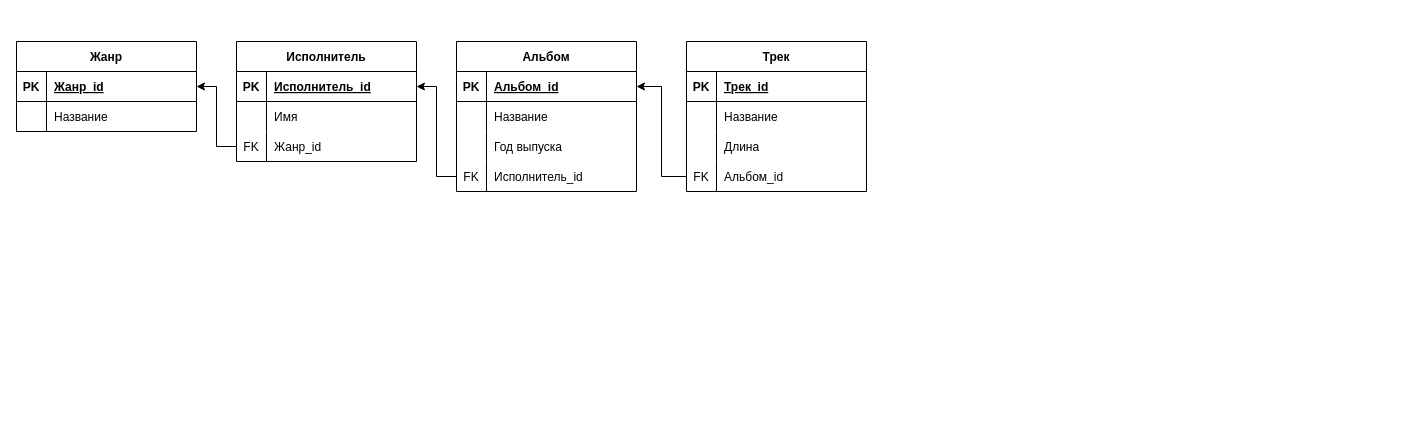
The draw.io diagram Диаграмма без названия.drawio in gooder08/diagrams, before the edit. Source tidied: cells renumbered, new cells numbered last; positions are measured from the earlier drawing's top-left corner, leaving out a move shared by most shapes. Both pictures are drawn from the tidied source at 100%, with x=0, y=0 at pixel (16, 41).
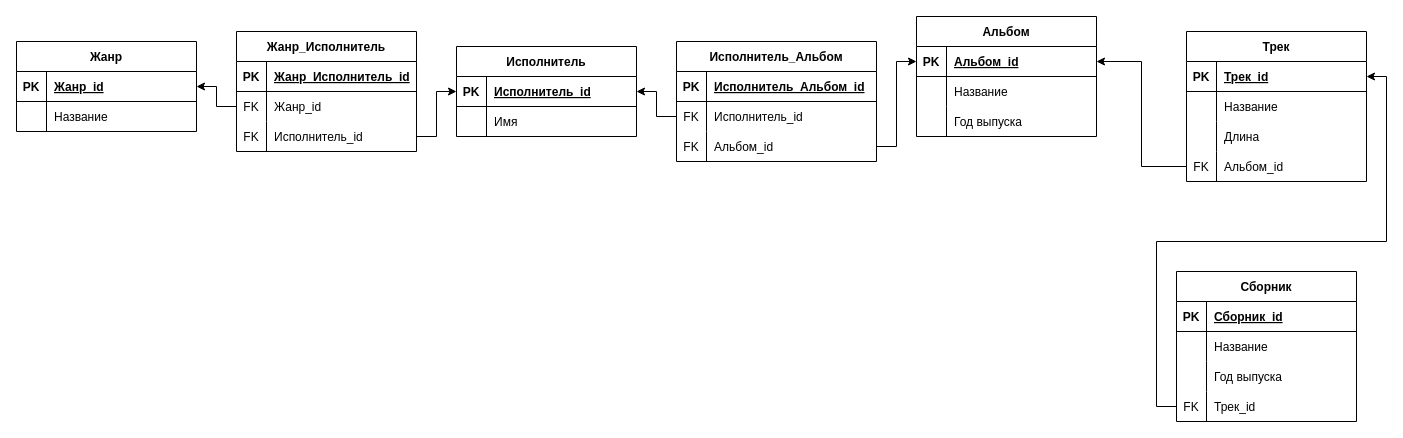
The same diagram, later.

Unchanged cells that the change refers to:
```xml
<mxCell id="3" style="shape=tableRow;horizontal=0;startSize=0;swimlaneHead=0;swimlaneBody=0;fillColor=none;points=[[0,0.5],[1,0.5]];portConstraint=eastwest;top=0;left=0;right=0;bottom=1;" parent="2" vertex="1">
  <mxGeometry y="30" width="180" height="30" as="geometry" />
</mxCell>
<mxCell id="10" style="shape=tableRow;horizontal=0;startSize=0;swimlaneHead=0;swimlaneBody=0;fillColor=none;points=[[0,0.5],[1,0.5]];portConstraint=eastwest;top=0;left=0;right=0;bottom=1;" parent="9" vertex="1">
  <mxGeometry y="30" width="180" height="30" as="geometry" />
</mxCell>
<mxCell id="20" style="shape=tableRow;horizontal=0;startSize=0;swimlaneHead=0;swimlaneBody=0;fillColor=none;points=[[0,0.5],[1,0.5]];portConstraint=eastwest;top=0;left=0;right=0;bottom=1;" parent="19" vertex="1">
  <mxGeometry y="30" width="180" height="30" as="geometry" />
</mxCell>
<mxCell id="33" style="shape=tableRow;horizontal=0;startSize=0;swimlaneHead=0;swimlaneBody=0;fillColor=none;points=[[0,0.5],[1,0.5]];portConstraint=eastwest;top=0;left=0;right=0;bottom=1;" parent="32" vertex="1">
  <mxGeometry y="30" width="180" height="30" as="geometry" />
</mxCell>
```

What changed in the source:
```diff
@@
     <mxCell id="9" value="Исполнитель" style="shape=table;startSize=30;childLayout=tableLayout;rowLines=0;fontStyle=1;align=center;" parent="1" vertex="1">
-      <mxGeometry x="220" width="180" height="120" as="geometry" />
+      <mxGeometry x="440" y="5" width="180" height="90" as="geometry" />
     </mxCell>
@@
-    <mxCell id="16" style="shape=tableRow;horizontal=0;startSize=0;swimlaneHead=0;swimlaneBody=0;fillColor=none;points=[[0,0.5],[1,0.5]];portConstraint=eastwest;top=0;left=0;right=0;bottom=0;" parent="9" vertex="1">
-      <mxGeometry y="90" width="180" height="30" as="geometry" />
-    </mxCell>
-    <mxCell id="17" value="FK" style="shape=partialRectangle;fillColor=none;top=0;left=0;bottom=0;right=0;overflow=hidden;" parent="16" vertex="1">
-      <mxGeometry width="30" height="30" as="geometry" />
-    </mxCell>
-    <mxCell id="18" value="Жанр_id" style="shape=partialRectangle;fillColor=none;top=0;left=0;bottom=0;right=0;align=left;spacingLeft=6;overflow=hidden;" parent="16" vertex="1">
-      <mxGeometry x="30" width="150" height="30" as="geometry" />
-    </mxCell>
     <mxCell id="19" value="Альбом" style="shape=table;startSize=30;childLayout=tableLayout;rowLines=0;fontStyle=1;align=center;" parent="1" vertex="1">
-      <mxGeometry x="440" width="180" height="150" as="geometry" />
+      <mxGeometry x="900" y="-25" width="180" height="120" as="geometry" />
     </mxCell>
@@
-    <mxCell id="29" style="shape=tableRow;horizontal=0;startSize=0;swimlaneHead=0;swimlaneBody=0;fillColor=none;points=[[0,0.5],[1,0.5]];portConstraint=eastwest;top=0;left=0;right=0;bottom=0;" parent="19" vertex="1">
-      <mxGeometry y="120" width="180" height="30" as="geometry" />
-    </mxCell>
-    <mxCell id="30" value="FK" style="shape=partialRectangle;fillColor=none;top=0;left=0;bottom=0;right=0;overflow=hidden;" parent="29" vertex="1">
-      <mxGeometry width="30" height="30" as="geometry" />
-    </mxCell>
-    <mxCell id="31" value="Исполнитель_id" style="shape=partialRectangle;fillColor=none;top=0;left=0;bottom=0;right=0;align=left;spacingLeft=6;overflow=hidden;" parent="29" vertex="1">
-      <mxGeometry x="30" width="150" height="30" as="geometry" />
-    </mxCell>
     <mxCell id="32" value="Трек" style="shape=table;startSize=30;childLayout=tableLayout;rowLines=0;fontStyle=1;align=center;" parent="1" vertex="1">
-      <mxGeometry x="670" width="180" height="150" as="geometry" />
+      <mxGeometry x="1170" y="-10" width="180" height="150" as="geometry" />
     </mxCell>
@@
-    <mxCell id="46" style="edgeStyle=orthogonalEdgeStyle;rounded=0;jettySize=auto;html=1;exitX=0;exitY=0.5;exitDx=0;exitDy=0;" parent="1" edge="1" source="29" target="10">
-      <mxGeometry relative="1" as="geometry" />
-    </mxCell>
-    <mxCell id="47" style="edgeStyle=orthogonalEdgeStyle;rounded=0;jettySize=auto;html=1;exitX=0;exitY=0.5;exitDx=0;exitDy=0;entryX=1;entryY=0.5;entryDx=0;entryDy=0;" parent="1" edge="1" source="16" target="3">
-      <mxGeometry relative="1" as="geometry" />
-    </mxCell>
+    <mxCell id="48" value="Жанр_Исполнитель" style="shape=table;startSize=30;childLayout=tableLayout;rowLines=0;fontStyle=1;align=center;" parent="1" vertex="1">
+      <mxGeometry x="220" y="-10" width="180" height="120" as="geometry" />
+    </mxCell>
+    <mxCell id="49" style="shape=tableRow;horizontal=0;startSize=0;swimlaneHead=0;swimlaneBody=0;fillColor=none;top=0;left=0;right=0;bottom=1;" parent="48" vertex="1">
+      <mxGeometry y="30" width="180" height="30" as="geometry" />
+    </mxCell>
+    <mxCell id="50" value="PK" style="shape=partialRectangle;fillColor=none;top=0;left=0;bottom=0;right=0;fontStyle=1;overflow=hidden;" parent="49" vertex="1">
+      <mxGeometry width="30" height="30" as="geometry" />
+    </mxCell>
+    <mxCell id="51" value="Жанр_Исполнитель_id" style="shape=partialRectangle;fillColor=none;top=0;left=0;bottom=0;right=0;align=left;spacingLeft=6;fontStyle=5;overflow=hidden;" parent="49" vertex="1">
+      <mxGeometry x="30" width="150" height="30" as="geometry" />
+    </mxCell>
+    <mxCell id="52" style="shape=tableRow;horizontal=0;startSize=0;swimlaneHead=0;swimlaneBody=0;fillColor=none;points=[[0,0.5],[1,0.5]];portConstraint=eastwest;top=0;left=0;right=0;bottom=0;" parent="48" vertex="1">
+      <mxGeometry y="60" width="180" height="30" as="geometry" />
+    </mxCell>
+    <mxCell id="53" value="FK" style="shape=partialRectangle;fillColor=none;top=0;left=0;bottom=0;right=0;overflow=hidden;" parent="52" vertex="1">
+      <mxGeometry width="30" height="30" as="geometry" />
+    </mxCell>
+    <mxCell id="18" value="Жанр_id" style="shape=partialRectangle;fillColor=none;top=0;left=0;bottom=0;right=0;align=left;spacingLeft=6;overflow=hidden;" parent="52" vertex="1">
+      <mxGeometry x="30" width="150" height="30" as="geometry" />
+    </mxCell>
+    <mxCell id="54" style="shape=tableRow;horizontal=0;startSize=0;swimlaneHead=0;swimlaneBody=0;fillColor=none;points=[[0,0.5],[1,0.5]];portConstraint=eastwest;top=0;left=0;right=0;bottom=0;" parent="48" vertex="1">
+      <mxGeometry y="90" width="180" height="30" as="geometry" />
+    </mxCell>
+    <mxCell id="55" value="FK" style="shape=partialRectangle;fillColor=none;top=0;left=0;bottom=0;right=0;overflow=hidden;" parent="54" vertex="1">
+      <mxGeometry width="30" height="30" as="geometry" />
+    </mxCell>
+    <mxCell id="31" value="Исполнитель_id" style="shape=partialRectangle;fillColor=none;top=0;left=0;bottom=0;right=0;align=left;spacingLeft=6;overflow=hidden;" parent="54" vertex="1">
+      <mxGeometry x="30" width="150" height="30" as="geometry" />
+    </mxCell>
+    <mxCell id="56" style="edgeStyle=orthogonalEdgeStyle;rounded=0;jettySize=auto;html=1;exitX=0;exitY=0.5;exitDx=0;exitDy=0;entryX=1;entryY=0.5;entryDx=0;entryDy=0;" parent="1" edge="1" source="52" target="3">
+      <mxGeometry relative="1" as="geometry" />
+    </mxCell>
+    <mxCell id="57" style="edgeStyle=orthogonalEdgeStyle;rounded=0;jettySize=auto;html=1;exitX=1;exitY=0.5;exitDx=0;exitDy=0;entryX=0;entryY=0.5;entryDx=0;entryDy=0;" parent="1" edge="1" source="54" target="10">
+      <mxGeometry relative="1" as="geometry" />
+    </mxCell>
+    <mxCell id="58" value="Исполнитель_Альбом" style="shape=table;startSize=30;childLayout=tableLayout;rowLines=0;fontStyle=1;align=center;" parent="1" vertex="1">
+      <mxGeometry x="660" width="200" height="120" as="geometry" />
+    </mxCell>
+    <mxCell id="59" style="shape=tableRow;horizontal=0;startSize=0;swimlaneHead=0;swimlaneBody=0;fillColor=none;top=0;left=0;right=0;bottom=1;" parent="58" vertex="1">
+      <mxGeometry y="30" width="200" height="30" as="geometry" />
+    </mxCell>
+    <mxCell id="60" value="PK" style="shape=partialRectangle;fillColor=none;top=0;left=0;bottom=0;right=0;fontStyle=1;overflow=hidden;" parent="59" vertex="1">
+      <mxGeometry width="30" height="30" as="geometry" />
+    </mxCell>
+    <mxCell id="61" value="Исполнитель_Альбом_id" style="shape=partialRectangle;fillColor=none;top=0;left=0;bottom=0;right=0;align=left;spacingLeft=6;fontStyle=5;overflow=hidden;" parent="59" vertex="1">
+      <mxGeometry x="30" width="170" height="30" as="geometry" />
+    </mxCell>
+    <mxCell id="62" style="shape=tableRow;horizontal=0;startSize=0;swimlaneHead=0;swimlaneBody=0;fillColor=none;points=[[0,0.5],[1,0.5]];portConstraint=eastwest;top=0;left=0;right=0;bottom=0;" parent="58" vertex="1">
+      <mxGeometry y="60" width="200" height="30" as="geometry" />
+    </mxCell>
+    <mxCell id="63" value="FK" style="shape=partialRectangle;fillColor=none;top=0;left=0;bottom=0;right=0;overflow=hidden;" parent="62" vertex="1">
+      <mxGeometry width="30" height="30" as="geometry" />
+    </mxCell>
+    <mxCell id="64" value="Исполнитель_id" style="shape=partialRectangle;fillColor=none;top=0;left=0;bottom=0;right=0;align=left;spacingLeft=6;overflow=hidden;" parent="62" vertex="1">
+      <mxGeometry x="30" width="170" height="30" as="geometry" />
+    </mxCell>
+    <mxCell id="65" style="shape=tableRow;horizontal=0;startSize=0;swimlaneHead=0;swimlaneBody=0;fillColor=none;points=[[0,0.5],[1,0.5]];portConstraint=eastwest;top=0;left=0;right=0;bottom=0;" parent="58" vertex="1">
+      <mxGeometry y="90" width="200" height="30" as="geometry" />
+    </mxCell>
+    <mxCell id="66" value="FK" style="shape=partialRectangle;fillColor=none;top=0;left=0;bottom=0;right=0;overflow=hidden;" parent="65" vertex="1">
+      <mxGeometry width="30" height="30" as="geometry" />
+    </mxCell>
+    <mxCell id="67" value="Альбом_id" style="shape=partialRectangle;fillColor=none;top=0;left=0;bottom=0;right=0;align=left;spacingLeft=6;overflow=hidden;" parent="65" vertex="1">
+      <mxGeometry x="30" width="170" height="30" as="geometry" />
+    </mxCell>
+    <mxCell id="68" style="edgeStyle=orthogonalEdgeStyle;rounded=0;jettySize=auto;html=1;exitX=0;exitY=0.5;exitDx=0;exitDy=0;entryX=1;entryY=0.5;entryDx=0;entryDy=0;" parent="1" edge="1" source="62" target="10">
+      <mxGeometry relative="1" as="geometry" />
+    </mxCell>
+    <mxCell id="69" style="edgeStyle=orthogonalEdgeStyle;rounded=0;jettySize=auto;html=1;exitX=1;exitY=0.5;exitDx=0;exitDy=0;entryX=0;entryY=0.5;entryDx=0;entryDy=0;" parent="1" edge="1" source="65" target="20">
+      <mxGeometry relative="1" as="geometry" />
+    </mxCell>
+    <mxCell id="70" value="Сборник" style="shape=table;startSize=30;childLayout=tableLayout;rowLines=0;fontStyle=1;align=center;" parent="1" vertex="1">
+      <mxGeometry x="1160" y="230" width="180" height="150" as="geometry" />
+    </mxCell>
+    <mxCell id="71" style="shape=tableRow;horizontal=0;startSize=0;swimlaneHead=0;swimlaneBody=0;fillColor=none;top=0;left=0;right=0;bottom=1;" parent="70" vertex="1">
+      <mxGeometry y="30" width="180" height="30" as="geometry" />
+    </mxCell>
+    <mxCell id="72" value="PK" style="shape=partialRectangle;fillColor=none;top=0;left=0;bottom=0;right=0;fontStyle=1;overflow=hidden;" parent="71" vertex="1">
+      <mxGeometry width="30" height="30" as="geometry" />
+    </mxCell>
+    <mxCell id="73" value="Сборник_id" style="shape=partialRectangle;fillColor=none;top=0;left=0;bottom=0;right=0;align=left;spacingLeft=6;fontStyle=5;overflow=hidden;" parent="71" vertex="1">
+      <mxGeometry x="30" width="150" height="30" as="geometry" />
+    </mxCell>
+    <mxCell id="74" style="shape=tableRow;horizontal=0;startSize=0;swimlaneHead=0;swimlaneBody=0;fillColor=none;top=0;left=0;right=0;bottom=0;" parent="70" vertex="1">
+      <mxGeometry y="60" width="180" height="30" as="geometry" />
+    </mxCell>
+    <mxCell id="75" style="shape=partialRectangle;fillColor=none;top=0;left=0;bottom=0;right=0;overflow=hidden;" parent="74" vertex="1">
+      <mxGeometry width="30" height="30" as="geometry" />
+    </mxCell>
+    <mxCell id="76" value="Название" style="shape=partialRectangle;fillColor=none;top=0;left=0;bottom=0;right=0;align=left;spacingLeft=6;overflow=hidden;" parent="74" vertex="1">
+      <mxGeometry x="30" width="150" height="30" as="geometry" />
+    </mxCell>
+    <mxCell id="77" style="shape=tableRow;horizontal=0;startSize=0;swimlaneHead=0;swimlaneBody=0;fillColor=none;top=0;left=0;right=0;bottom=0;" parent="70" vertex="1">
+      <mxGeometry y="90" width="180" height="30" as="geometry" />
+    </mxCell>
+    <mxCell id="78" style="shape=partialRectangle;fillColor=none;top=0;left=0;bottom=0;right=0;overflow=hidden;" parent="77" vertex="1">
+      <mxGeometry width="30" height="30" as="geometry" />
+    </mxCell>
+    <mxCell id="79" value="Год выпуска" style="shape=partialRectangle;fillColor=none;top=0;left=0;bottom=0;right=0;align=left;spacingLeft=6;overflow=hidden;" parent="77" vertex="1">
+      <mxGeometry x="30" width="150" height="30" as="geometry" />
+    </mxCell>
+    <mxCell id="29" style="shape=tableRow;horizontal=0;startSize=0;swimlaneHead=0;swimlaneBody=0;fillColor=none;points=[[0,0.5],[1,0.5]];portConstraint=eastwest;top=0;left=0;right=0;bottom=0;" parent="70" vertex="1">
+      <mxGeometry y="120" width="180" height="30" as="geometry" />
+    </mxCell>
+    <mxCell id="80" value="FK" style="shape=partialRectangle;fillColor=none;top=0;left=0;bottom=0;right=0;overflow=hidden;" parent="29" vertex="1">
+      <mxGeometry width="30" height="30" as="geometry" />
+    </mxCell>
+    <mxCell id="81" value="Трек_id" style="shape=partialRectangle;fillColor=none;top=0;left=0;bottom=0;right=0;align=left;spacingLeft=6;overflow=hidden;" parent="29" vertex="1">
+      <mxGeometry x="30" width="150" height="30" as="geometry" />
+    </mxCell>
+    <mxCell id="82" style="edgeStyle=orthogonalEdgeStyle;rounded=0;jettySize=auto;html=1;exitX=0;exitY=0.5;exitDx=0;exitDy=0;entryX=1;entryY=0.5;entryDx=0;entryDy=0;" parent="1" edge="1" source="29" target="33">
+      <mxGeometry relative="1" as="geometry" />
+    </mxCell>
```
